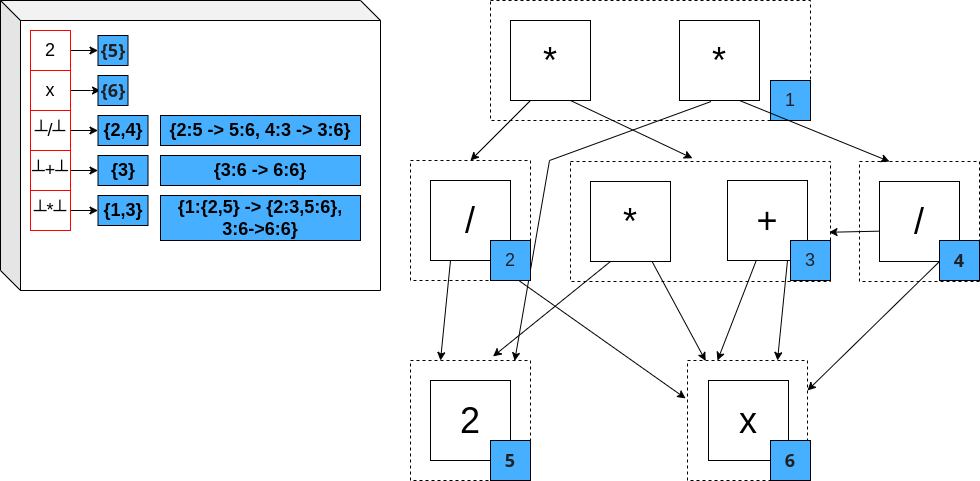
This is figs/egraph-db1.drawio.png from folivetti/symreg-course, a draw.io export, as it was before one commit. Source tidied: cells renumbered, new cells last; positions are measured from the earlier drawing's top-left corner, leaving out a move shared by most shapes. The source it was exported from:
```xml
<mxGraphModel>
  <root>
    <mxCell id="0" />
    <mxCell id="1" parent="0" />
    <mxCell id="2" style="rounded=0;whiteSpace=wrap;html=1;fillColor=none;dashed=1;" parent="1" vertex="1">
      <mxGeometry x="859" y="161" width="120" height="120" as="geometry" />
    </mxCell>
    <mxCell id="3" style="shape=cube;whiteSpace=wrap;html=1;boundedLbl=1;backgroundOutline=1;darkOpacity=0.05;darkOpacity2=0.1;" parent="1" vertex="1">
      <mxGeometry width="380" height="290" as="geometry" />
    </mxCell>
    <mxCell id="4" style="edgeStyle=orthogonalEdgeStyle;rounded=0;jettySize=auto;html=1;exitX=1;exitY=0.5;exitDx=0;exitDy=0;" parent="1" edge="1" source="5" target="6">
      <mxGeometry relative="1" as="geometry" />
    </mxCell>
    <mxCell id="5" value="&lt;font style=&quot;font-size: 18px;&quot;&gt;2&lt;/font&gt;" style="whiteSpace=wrap;html=1;fillColor=none;strokeColor=#FF0000;" parent="1" vertex="1">
      <mxGeometry x="30" y="30" width="40" height="40" as="geometry" />
    </mxCell>
    <mxCell id="6" value="&lt;b style=&quot;color: rgb(32, 33, 34); font-family: &amp;quot;SBL BibLit&amp;quot;, &amp;quot;SBL Greek&amp;quot;, &amp;quot;New Athena Unicode&amp;quot;, &amp;quot;EB Garamond&amp;quot;, &amp;quot;EB Garamond 12&amp;quot;, &amp;quot;Foulis Greek&amp;quot;, &amp;quot;Garamond Libre&amp;quot;, &amp;quot;Noto Sans&amp;quot;, &amp;quot;Noto Serif&amp;quot;, Cardo, &amp;quot;Gentium Plus&amp;quot;, &amp;quot;Gentium Book Plus&amp;quot;, Garamond, &amp;quot;Palatino Linotype&amp;quot;, &amp;quot;DejaVu Sans&amp;quot;, &amp;quot;DejaVu Serif&amp;quot;, FreeSerif, FreeSans, &amp;quot;Arial Unicode MS&amp;quot;, &amp;quot;Lucida Sans Unicode&amp;quot;, &amp;quot;Lucida Grande&amp;quot;, Code2000, sans-serif; text-align: start;&quot;&gt;&lt;font style=&quot;font-size: 18px; background-color: rgb(71, 175, 255);&quot;&gt;{5}&lt;/font&gt;&lt;/b&gt;" style="whiteSpace=wrap;html=1;fillColor=#47AFFF;strokeColor=default;" parent="1" vertex="1">
      <mxGeometry x="97.5" y="35" width="30" height="30" as="geometry" />
    </mxCell>
    <mxCell id="7" style="edgeStyle=orthogonalEdgeStyle;rounded=0;jettySize=auto;html=1;" parent="1" edge="1" source="8">
      <mxGeometry relative="1" as="geometry">
        <mxPoint x="100" y="90" as="targetPoint" />
      </mxGeometry>
    </mxCell>
    <mxCell id="8" value="&lt;font style=&quot;font-size: 18px;&quot;&gt;x&lt;/font&gt;" style="whiteSpace=wrap;html=1;fillColor=none;strokeColor=#FF0000;" parent="1" vertex="1">
      <mxGeometry x="30" y="70" width="40" height="40" as="geometry" />
    </mxCell>
    <mxCell id="9" value="&lt;b style=&quot;color: rgb(32, 33, 34); font-family: &amp;quot;SBL BibLit&amp;quot;, &amp;quot;SBL Greek&amp;quot;, &amp;quot;New Athena Unicode&amp;quot;, &amp;quot;EB Garamond&amp;quot;, &amp;quot;EB Garamond 12&amp;quot;, &amp;quot;Foulis Greek&amp;quot;, &amp;quot;Garamond Libre&amp;quot;, &amp;quot;Noto Sans&amp;quot;, &amp;quot;Noto Serif&amp;quot;, Cardo, &amp;quot;Gentium Plus&amp;quot;, &amp;quot;Gentium Book Plus&amp;quot;, Garamond, &amp;quot;Palatino Linotype&amp;quot;, &amp;quot;DejaVu Sans&amp;quot;, &amp;quot;DejaVu Serif&amp;quot;, FreeSerif, FreeSans, &amp;quot;Arial Unicode MS&amp;quot;, &amp;quot;Lucida Sans Unicode&amp;quot;, &amp;quot;Lucida Grande&amp;quot;, Code2000, sans-serif; text-align: start;&quot;&gt;&lt;font style=&quot;font-size: 18px; background-color: rgb(71, 175, 255);&quot;&gt;{6}&lt;/font&gt;&lt;/b&gt;" style="whiteSpace=wrap;html=1;fillColor=#47AFFF;strokeColor=default;" parent="1" vertex="1">
      <mxGeometry x="97.5" y="75" width="30" height="30" as="geometry" />
    </mxCell>
    <mxCell id="10" style="edgeStyle=orthogonalEdgeStyle;rounded=0;jettySize=auto;html=1;exitX=1;exitY=0.5;exitDx=0;exitDy=0;entryX=0;entryY=0.5;entryDx=0;entryDy=0;" parent="1" edge="1" source="11" target="47">
      <mxGeometry relative="1" as="geometry" />
    </mxCell>
    <mxCell id="11" value="&lt;font style=&quot;font-size: 18px;&quot;&gt;┴/┴&lt;/font&gt;" style="whiteSpace=wrap;html=1;fillColor=none;strokeColor=#FF0000;" parent="1" vertex="1">
      <mxGeometry x="30" y="110" width="40" height="40" as="geometry" />
    </mxCell>
    <mxCell id="12" style="edgeStyle=orthogonalEdgeStyle;rounded=0;jettySize=auto;html=1;exitX=1;exitY=0.5;exitDx=0;exitDy=0;" parent="1" edge="1" source="13">
      <mxGeometry relative="1" as="geometry">
        <mxPoint x="97.5" y="170" as="targetPoint" />
      </mxGeometry>
    </mxCell>
    <mxCell id="13" value="&lt;span style=&quot;font-size: 18px;&quot;&gt;┴+&lt;/span&gt;&lt;span style=&quot;font-size: 18px;&quot;&gt;┴&lt;/span&gt;" style="whiteSpace=wrap;html=1;fillColor=none;strokeColor=#FF0000;" parent="1" vertex="1">
      <mxGeometry x="30" y="150" width="40" height="40" as="geometry" />
    </mxCell>
    <mxCell id="14" style="edgeStyle=orthogonalEdgeStyle;rounded=0;jettySize=auto;html=1;exitX=1;exitY=0.5;exitDx=0;exitDy=0;" parent="1" edge="1" source="15">
      <mxGeometry relative="1" as="geometry">
        <mxPoint x="97.5" y="210" as="targetPoint" />
      </mxGeometry>
    </mxCell>
    <mxCell id="15" value="&lt;span style=&quot;font-size: 18px;&quot;&gt;┴*&lt;/span&gt;&lt;span style=&quot;font-size: 18px;&quot;&gt;┴&lt;/span&gt;" style="whiteSpace=wrap;html=1;fillColor=none;strokeColor=#FF0000;" parent="1" vertex="1">
      <mxGeometry x="30" y="190" width="40" height="40" as="geometry" />
    </mxCell>
    <mxCell id="16" style="rounded=0;whiteSpace=wrap;html=1;fillColor=none;dashed=1;" parent="1" vertex="1">
      <mxGeometry x="410" y="360" width="120" height="120" as="geometry" />
    </mxCell>
    <mxCell id="17" style="rounded=0;whiteSpace=wrap;html=1;fillColor=none;dashed=1;" parent="1" vertex="1">
      <mxGeometry x="687" y="360" width="120" height="120" as="geometry" />
    </mxCell>
    <mxCell id="18" style="rounded=0;whiteSpace=wrap;html=1;fillColor=none;dashed=1;" parent="1" vertex="1">
      <mxGeometry x="410" y="160" width="120" height="120" as="geometry" />
    </mxCell>
    <mxCell id="19" style="rounded=0;whiteSpace=wrap;html=1;fillColor=none;dashed=1;" parent="1" vertex="1">
      <mxGeometry x="490" width="320" height="120" as="geometry" />
    </mxCell>
    <mxCell id="20" value="&lt;font style=&quot;font-size: 36px;&quot;&gt;/&lt;/font&gt;" style="whiteSpace=wrap;html=1;fillColor=none;" parent="1" vertex="1">
      <mxGeometry x="430" y="180" width="80" height="80" as="geometry" />
    </mxCell>
    <mxCell id="21" value="&lt;font style=&quot;font-size: 36px;&quot;&gt;2&lt;/font&gt;" style="whiteSpace=wrap;html=1;fillColor=none;" parent="1" vertex="1">
      <mxGeometry x="430" y="380" width="80" height="80" as="geometry" />
    </mxCell>
    <mxCell id="22" value="&lt;font style=&quot;font-size: 36px;&quot;&gt;x&lt;/font&gt;" style="whiteSpace=wrap;html=1;fillColor=none;" parent="1" vertex="1">
      <mxGeometry x="708" y="380" width="80" height="80" as="geometry" />
    </mxCell>
    <mxCell id="23" value="&lt;font style=&quot;font-size: 36px;&quot;&gt;*&lt;/font&gt;" style="whiteSpace=wrap;html=1;fillColor=none;" parent="1" vertex="1">
      <mxGeometry x="510" y="20" width="80" height="80" as="geometry" />
    </mxCell>
    <mxCell id="24" value="&lt;font style=&quot;font-size: 36px;&quot;&gt;+&lt;/font&gt;" style="whiteSpace=wrap;html=1;fillColor=none;" parent="1" vertex="1">
      <mxGeometry x="727" y="180" width="80" height="80" as="geometry" />
    </mxCell>
    <mxCell id="25" style="endArrow=classic;html=1;rounded=0;entryX=0.5;entryY=0;entryDx=0;entryDy=0;exitX=0.25;exitY=1;exitDx=0;exitDy=0;" parent="1" edge="1" source="23" target="18">
      <mxGeometry relative="1" as="geometry" />
    </mxCell>
    <mxCell id="26" style="endArrow=classic;html=1;rounded=0;entryX=0.469;entryY=-0.027;entryDx=0;entryDy=0;entryPerimeter=0;exitX=0.75;exitY=1;exitDx=0;exitDy=0;" parent="1" edge="1" source="23" target="31">
      <mxGeometry relative="1" as="geometry" />
    </mxCell>
    <mxCell id="27" style="endArrow=classic;html=1;rounded=0;entryX=0.25;entryY=0;entryDx=0;entryDy=0;exitX=0.25;exitY=1;exitDx=0;exitDy=0;" parent="1" edge="1" source="20" target="16">
      <mxGeometry relative="1" as="geometry" />
    </mxCell>
    <mxCell id="28" style="endArrow=classic;html=1;rounded=0;entryX=-0.016;entryY=0.316;entryDx=0;entryDy=0;exitX=0.75;exitY=1;exitDx=0;exitDy=0;entryPerimeter=0;" parent="1" edge="1" source="20" target="17">
      <mxGeometry relative="1" as="geometry" />
    </mxCell>
    <mxCell id="29" style="endArrow=classic;html=1;rounded=0;entryX=0.25;entryY=0;entryDx=0;entryDy=0;exitX=0.357;exitY=1.006;exitDx=0;exitDy=0;exitPerimeter=0;" parent="1" edge="1" source="24" target="17">
      <mxGeometry relative="1" as="geometry" />
    </mxCell>
    <mxCell id="30" style="endArrow=classic;html=1;rounded=0;entryX=0.75;entryY=0;entryDx=0;entryDy=0;exitX=0.75;exitY=1;exitDx=0;exitDy=0;" parent="1" edge="1" source="24" target="17">
      <mxGeometry relative="1" as="geometry" />
    </mxCell>
    <mxCell id="31" style="rounded=0;whiteSpace=wrap;html=1;fillColor=none;dashed=1;" parent="1" vertex="1">
      <mxGeometry x="570" y="161" width="260" height="120" as="geometry" />
    </mxCell>
    <mxCell id="32" value="&lt;font style=&quot;font-size: 36px;&quot;&gt;*&lt;/font&gt;" style="whiteSpace=wrap;html=1;fillColor=none;" parent="1" vertex="1">
      <mxGeometry x="590" y="181" width="80" height="80" as="geometry" />
    </mxCell>
    <mxCell id="33" style="endArrow=classic;html=1;rounded=0;entryX=0.151;entryY=0.003;entryDx=0;entryDy=0;entryPerimeter=0;" parent="1" edge="1" source="32" target="17">
      <mxGeometry relative="1" as="geometry" />
    </mxCell>
    <mxCell id="34" style="endArrow=classic;html=1;rounded=0;entryX=0.688;entryY=-0.034;entryDx=0;entryDy=0;exitX=0.25;exitY=1;exitDx=0;exitDy=0;entryPerimeter=0;" parent="1" edge="1" source="32" target="16">
      <mxGeometry relative="1" as="geometry" />
    </mxCell>
    <mxCell id="35" value="&lt;span style=&quot;color: rgb(32, 33, 34); font-family: sans-serif; text-align: left; background-color: rgb(71, 175, 255);&quot;&gt;&lt;font style=&quot;font-size: 18px;&quot;&gt;3&lt;/font&gt;&lt;/span&gt;" style="whiteSpace=wrap;html=1;fillColor=#47AFFF;strokeColor=default;align=center;verticalAlign=middle;fontFamily=Helvetica;fontSize=12;fontColor=default;" parent="1" vertex="1">
      <mxGeometry x="790" y="240" width="40" height="40" as="geometry" />
    </mxCell>
    <mxCell id="36" value="&lt;span style=&quot;color: rgb(32, 33, 34); font-family: sans-serif; text-align: left; background-color: rgb(71, 175, 255);&quot;&gt;&lt;font style=&quot;font-size: 18px;&quot;&gt;1&lt;/font&gt;&lt;/span&gt;" style="whiteSpace=wrap;html=1;fillColor=#47AFFF;strokeColor=default;align=center;verticalAlign=middle;fontFamily=Helvetica;fontSize=12;fontColor=default;" parent="1" vertex="1">
      <mxGeometry x="770" y="80" width="40" height="40" as="geometry" />
    </mxCell>
    <mxCell id="37" value="&lt;font style=&quot;font-size: 36px;&quot;&gt;*&lt;/font&gt;" style="whiteSpace=wrap;html=1;fillColor=none;" parent="1" vertex="1">
      <mxGeometry x="679" y="20" width="80" height="80" as="geometry" />
    </mxCell>
    <mxCell id="38" style="endArrow=classic;html=1;rounded=0;entryX=0.868;entryY=0.003;entryDx=0;entryDy=0;exitX=0.394;exitY=1.013;exitDx=0;exitDy=0;exitPerimeter=0;entryPerimeter=0;" parent="1" edge="1" source="37" target="16">
      <mxGeometry relative="1" as="geometry">
        <Array as="points">
          <mxPoint x="549" y="160" />
        </Array>
      </mxGeometry>
    </mxCell>
    <mxCell id="39" value="&lt;font style=&quot;font-size: 36px;&quot;&gt;/&lt;/font&gt;" style="whiteSpace=wrap;html=1;fillColor=none;" parent="1" vertex="1">
      <mxGeometry x="879" y="181" width="80" height="80" as="geometry" />
    </mxCell>
    <mxCell id="40" style="endArrow=classic;html=1;rounded=0;entryX=1.013;entryY=0.598;entryDx=0;entryDy=0;exitX=-0.009;exitY=0.621;exitDx=0;exitDy=0;entryPerimeter=0;exitPerimeter=0;" parent="1" edge="1" source="39">
      <mxGeometry relative="1" as="geometry">
        <mxPoint x="828.6" y="231.8" as="targetPoint" />
      </mxGeometry>
    </mxCell>
    <mxCell id="41" style="endArrow=classic;html=1;rounded=0;entryX=1;entryY=0.25;entryDx=0;entryDy=0;exitX=0.75;exitY=1;exitDx=0;exitDy=0;" parent="1" edge="1" source="39" target="17">
      <mxGeometry relative="1" as="geometry" />
    </mxCell>
    <mxCell id="42" style="endArrow=classic;html=1;rounded=0;entryX=0.25;entryY=0;entryDx=0;entryDy=0;exitX=0.75;exitY=1;exitDx=0;exitDy=0;" parent="1" edge="1" source="37" target="2">
      <mxGeometry relative="1" as="geometry" />
    </mxCell>
    <mxCell id="43" value="&lt;span style=&quot;color: rgb(32, 33, 34); font-family: sans-serif; text-align: left; background-color: rgb(71, 175, 255);&quot;&gt;&lt;font style=&quot;font-size: 18px;&quot;&gt;2&lt;/font&gt;&lt;/span&gt;" style="whiteSpace=wrap;html=1;fillColor=#47AFFF;strokeColor=default;align=center;verticalAlign=middle;fontFamily=Helvetica;fontSize=12;fontColor=default;" parent="1" vertex="1">
      <mxGeometry x="490" y="240" width="40" height="40" as="geometry" />
    </mxCell>
    <mxCell id="44" value="&lt;b style=&quot;color: rgb(32, 33, 34); font-family: &amp;quot;SBL BibLit&amp;quot;, &amp;quot;SBL Greek&amp;quot;, &amp;quot;New Athena Unicode&amp;quot;, &amp;quot;EB Garamond&amp;quot;, &amp;quot;EB Garamond 12&amp;quot;, &amp;quot;Foulis Greek&amp;quot;, &amp;quot;Garamond Libre&amp;quot;, &amp;quot;Noto Sans&amp;quot;, &amp;quot;Noto Serif&amp;quot;, Cardo, &amp;quot;Gentium Plus&amp;quot;, &amp;quot;Gentium Book Plus&amp;quot;, Garamond, &amp;quot;Palatino Linotype&amp;quot;, &amp;quot;DejaVu Sans&amp;quot;, &amp;quot;DejaVu Serif&amp;quot;, FreeSerif, FreeSans, &amp;quot;Arial Unicode MS&amp;quot;, &amp;quot;Lucida Sans Unicode&amp;quot;, &amp;quot;Lucida Grande&amp;quot;, Code2000, sans-serif; text-align: start;&quot;&gt;&lt;font style=&quot;font-size: 18px; background-color: rgb(71, 175, 255);&quot;&gt;4&lt;/font&gt;&lt;/b&gt;" style="whiteSpace=wrap;html=1;fillColor=#47AFFF;strokeColor=default;align=center;verticalAlign=middle;fontFamily=Helvetica;fontSize=12;fontColor=default;" parent="1" vertex="1">
      <mxGeometry x="939" y="240" width="40" height="40" as="geometry" />
    </mxCell>
    <mxCell id="45" value="&lt;b style=&quot;color: rgb(32, 33, 34); font-family: &amp;quot;SBL BibLit&amp;quot;, &amp;quot;SBL Greek&amp;quot;, &amp;quot;New Athena Unicode&amp;quot;, &amp;quot;EB Garamond&amp;quot;, &amp;quot;EB Garamond 12&amp;quot;, &amp;quot;Foulis Greek&amp;quot;, &amp;quot;Garamond Libre&amp;quot;, &amp;quot;Noto Sans&amp;quot;, &amp;quot;Noto Serif&amp;quot;, Cardo, &amp;quot;Gentium Plus&amp;quot;, &amp;quot;Gentium Book Plus&amp;quot;, Garamond, &amp;quot;Palatino Linotype&amp;quot;, &amp;quot;DejaVu Sans&amp;quot;, &amp;quot;DejaVu Serif&amp;quot;, FreeSerif, FreeSans, &amp;quot;Arial Unicode MS&amp;quot;, &amp;quot;Lucida Sans Unicode&amp;quot;, &amp;quot;Lucida Grande&amp;quot;, Code2000, sans-serif; text-align: start;&quot;&gt;&lt;font style=&quot;font-size: 18px; background-color: rgb(71, 175, 255);&quot;&gt;5&lt;/font&gt;&lt;/b&gt;" style="whiteSpace=wrap;html=1;fillColor=#47AFFF;strokeColor=default;align=center;verticalAlign=middle;fontFamily=Helvetica;fontSize=12;fontColor=default;" parent="1" vertex="1">
      <mxGeometry x="490" y="440" width="40" height="40" as="geometry" />
    </mxCell>
    <mxCell id="46" value="&lt;b style=&quot;color: rgb(32, 33, 34); font-family: &amp;quot;SBL BibLit&amp;quot;, &amp;quot;SBL Greek&amp;quot;, &amp;quot;New Athena Unicode&amp;quot;, &amp;quot;EB Garamond&amp;quot;, &amp;quot;EB Garamond 12&amp;quot;, &amp;quot;Foulis Greek&amp;quot;, &amp;quot;Garamond Libre&amp;quot;, &amp;quot;Noto Sans&amp;quot;, &amp;quot;Noto Serif&amp;quot;, Cardo, &amp;quot;Gentium Plus&amp;quot;, &amp;quot;Gentium Book Plus&amp;quot;, Garamond, &amp;quot;Palatino Linotype&amp;quot;, &amp;quot;DejaVu Sans&amp;quot;, &amp;quot;DejaVu Serif&amp;quot;, FreeSerif, FreeSans, &amp;quot;Arial Unicode MS&amp;quot;, &amp;quot;Lucida Sans Unicode&amp;quot;, &amp;quot;Lucida Grande&amp;quot;, Code2000, sans-serif; text-align: start;&quot;&gt;&lt;font style=&quot;font-size: 18px; background-color: rgb(71, 175, 255);&quot;&gt;6&lt;/font&gt;&lt;/b&gt;" style="whiteSpace=wrap;html=1;fillColor=#47AFFF;strokeColor=default;align=center;verticalAlign=middle;fontFamily=Helvetica;fontSize=12;fontColor=default;" parent="1" vertex="1">
      <mxGeometry x="770" y="440" width="40" height="40" as="geometry" />
    </mxCell>
    <mxCell id="47" value="&lt;font style=&quot;font-size: 18px;&quot;&gt;&lt;b&gt;{2,4}&lt;/b&gt;&lt;/font&gt;" style="rounded=0;whiteSpace=wrap;html=1;fillColor=#47AFFF;" parent="1" vertex="1">
      <mxGeometry x="97.5" y="115" width="50" height="30" as="geometry" />
    </mxCell>
    <mxCell id="48" value="&lt;font style=&quot;font-size: 18px;&quot;&gt;&lt;b&gt;{3}&lt;/b&gt;&lt;/font&gt;" style="rounded=0;whiteSpace=wrap;html=1;fillColor=#47AFFF;" parent="1" vertex="1">
      <mxGeometry x="97.5" y="155" width="50" height="30" as="geometry" />
    </mxCell>
    <mxCell id="49" value="&lt;font style=&quot;font-size: 18px;&quot;&gt;&lt;b&gt;{1,3}&lt;/b&gt;&lt;/font&gt;" style="rounded=0;whiteSpace=wrap;html=1;fillColor=#47AFFF;" parent="1" vertex="1">
      <mxGeometry x="97.5" y="195" width="50" height="30" as="geometry" />
    </mxCell>
    <mxCell id="50" value="&lt;font style=&quot;font-size: 18px;&quot;&gt;&lt;b&gt;{2:5 -&amp;gt; 5:6, 4:3 -&amp;gt; 3:6}&lt;/b&gt;&lt;/font&gt;" style="rounded=0;whiteSpace=wrap;html=1;fillColor=#47AFFF;" parent="1" vertex="1">
      <mxGeometry x="160" y="115" width="200" height="30" as="geometry" />
    </mxCell>
    <mxCell id="51" value="&lt;span style=&quot;font-size: 18px;&quot;&gt;&lt;b&gt;{3:6 -&amp;gt; 6:6}&lt;/b&gt;&lt;/span&gt;" style="rounded=0;whiteSpace=wrap;html=1;fillColor=#47AFFF;" parent="1" vertex="1">
      <mxGeometry x="160" y="155" width="200" height="30" as="geometry" />
    </mxCell>
    <mxCell id="52" value="&lt;span style=&quot;font-size: 18px;&quot;&gt;&lt;b&gt;{1:{2,5} -&amp;gt; {2:3,5:6},&lt;/b&gt;&lt;/span&gt;&lt;div&gt;&lt;span style=&quot;font-size: 18px;&quot;&gt;&lt;b&gt;3:6-&amp;gt;6:6}&lt;/b&gt;&lt;/span&gt;&lt;/div&gt;" style="rounded=0;whiteSpace=wrap;html=1;fillColor=#47AFFF;" parent="1" vertex="1">
      <mxGeometry x="160" y="195" width="200" height="45" as="geometry" />
    </mxCell>
  </root>
</mxGraphModel>
```
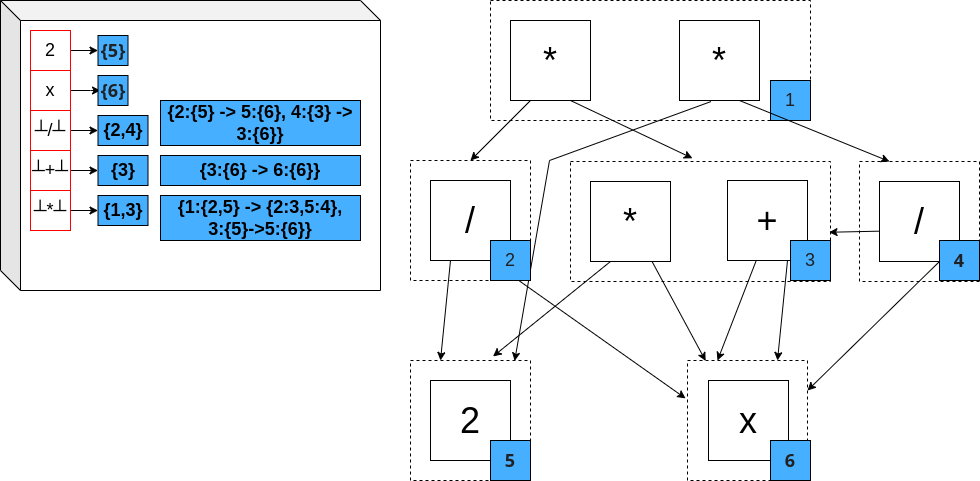
The same diagram one commit later.

Diff of the diagram source:
```diff
@@ -158,13 +158,13 @@
     <mxCell id="49" value="&lt;font style=&quot;font-size: 18px;&quot;&gt;&lt;b&gt;{1,3}&lt;/b&gt;&lt;/font&gt;" style="rounded=0;whiteSpace=wrap;html=1;fillColor=#47AFFF;" parent="1" vertex="1">
       <mxGeometry x="97.5" y="195" width="50" height="30" as="geometry" />
     </mxCell>
-    <mxCell id="50" value="&lt;font style=&quot;font-size: 18px;&quot;&gt;&lt;b&gt;{2:5 -&amp;gt; 5:6, 4:3 -&amp;gt; 3:6}&lt;/b&gt;&lt;/font&gt;" style="rounded=0;whiteSpace=wrap;html=1;fillColor=#47AFFF;" parent="1" vertex="1">
-      <mxGeometry x="160" y="115" width="200" height="30" as="geometry" />
+    <mxCell id="50" value="&lt;font style=&quot;font-size: 18px;&quot;&gt;&lt;b&gt;{2:{5} -&amp;gt; 5:{6}, 4:{3} -&amp;gt; 3:{6}}&lt;/b&gt;&lt;/font&gt;" style="rounded=0;whiteSpace=wrap;html=1;fillColor=#47AFFF;" parent="1" vertex="1">
+      <mxGeometry x="160" y="100" width="200" height="45" as="geometry" />
     </mxCell>
-    <mxCell id="51" value="&lt;span style=&quot;font-size: 18px;&quot;&gt;&lt;b&gt;{3:6 -&amp;gt; 6:6}&lt;/b&gt;&lt;/span&gt;" style="rounded=0;whiteSpace=wrap;html=1;fillColor=#47AFFF;" parent="1" vertex="1">
+    <mxCell id="51" value="&lt;span style=&quot;font-size: 18px;&quot;&gt;&lt;b&gt;{3:{6} -&amp;gt; 6:{6}}&lt;/b&gt;&lt;/span&gt;" style="rounded=0;whiteSpace=wrap;html=1;fillColor=#47AFFF;" parent="1" vertex="1">
       <mxGeometry x="160" y="155" width="200" height="30" as="geometry" />
     </mxCell>
-    <mxCell id="52" value="&lt;span style=&quot;font-size: 18px;&quot;&gt;&lt;b&gt;{1:{2,5} -&amp;gt; {2:3,5:6},&lt;/b&gt;&lt;/span&gt;&lt;div&gt;&lt;span style=&quot;font-size: 18px;&quot;&gt;&lt;b&gt;3:6-&amp;gt;6:6}&lt;/b&gt;&lt;/span&gt;&lt;/div&gt;" style="rounded=0;whiteSpace=wrap;html=1;fillColor=#47AFFF;" parent="1" vertex="1">
+    <mxCell id="52" value="&lt;span style=&quot;font-size: 18px;&quot;&gt;&lt;b&gt;{1:{2,5} -&amp;gt; {2:3,5:4},&lt;/b&gt;&lt;/span&gt;&lt;div&gt;&lt;span style=&quot;font-size: 18px;&quot;&gt;&lt;b&gt;3:{5}-&amp;gt;5:{6}}&lt;/b&gt;&lt;/span&gt;&lt;/div&gt;" style="rounded=0;whiteSpace=wrap;html=1;fillColor=#47AFFF;" parent="1" vertex="1">
       <mxGeometry x="160" y="195" width="200" height="45" as="geometry" />
     </mxCell>
   </root>
```
